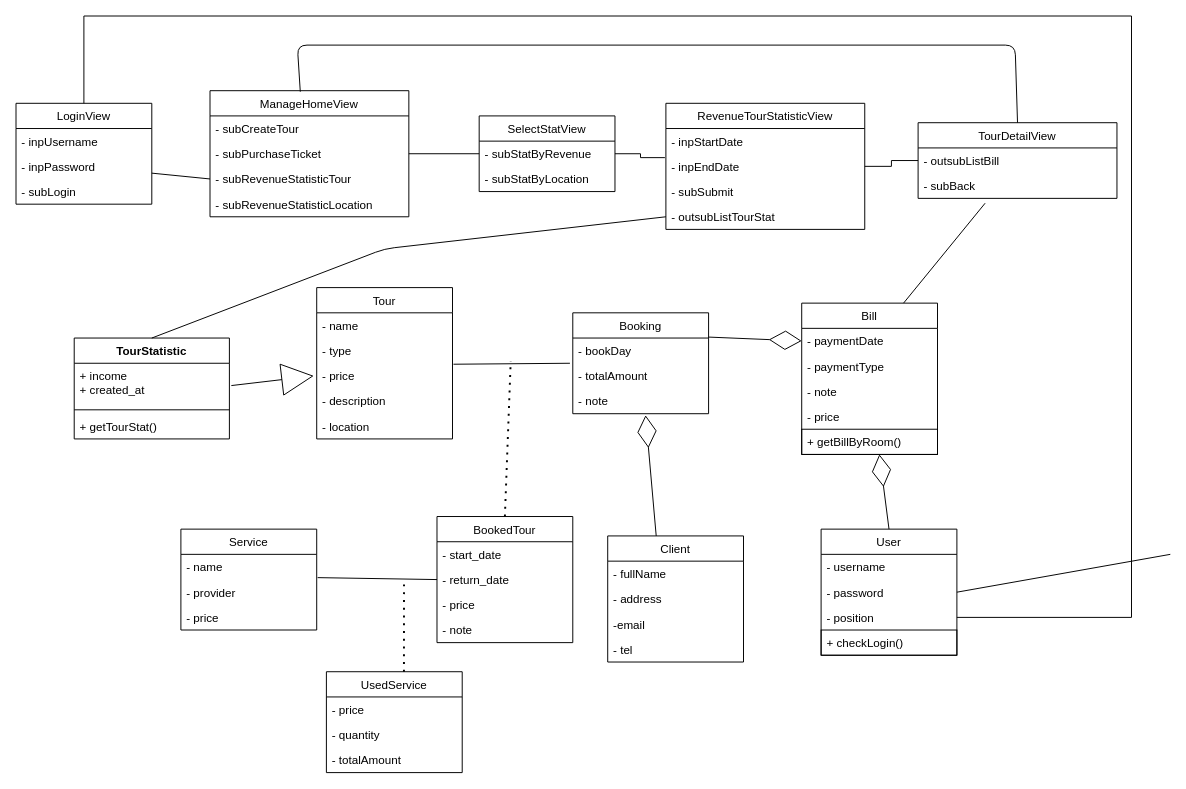
This is bieudolop.drawio from thanhlongtld/classical_software_engineering, a draw.io file, before an edit. Source tidied: cells renumbered, new cells numbered last; positions are measured from the earlier drawing's top-left corner, leaving out a move shared by most shapes. Both pictures are drawn from the tidied source at 97%, with x=0, y=0 at pixel (16, 16).
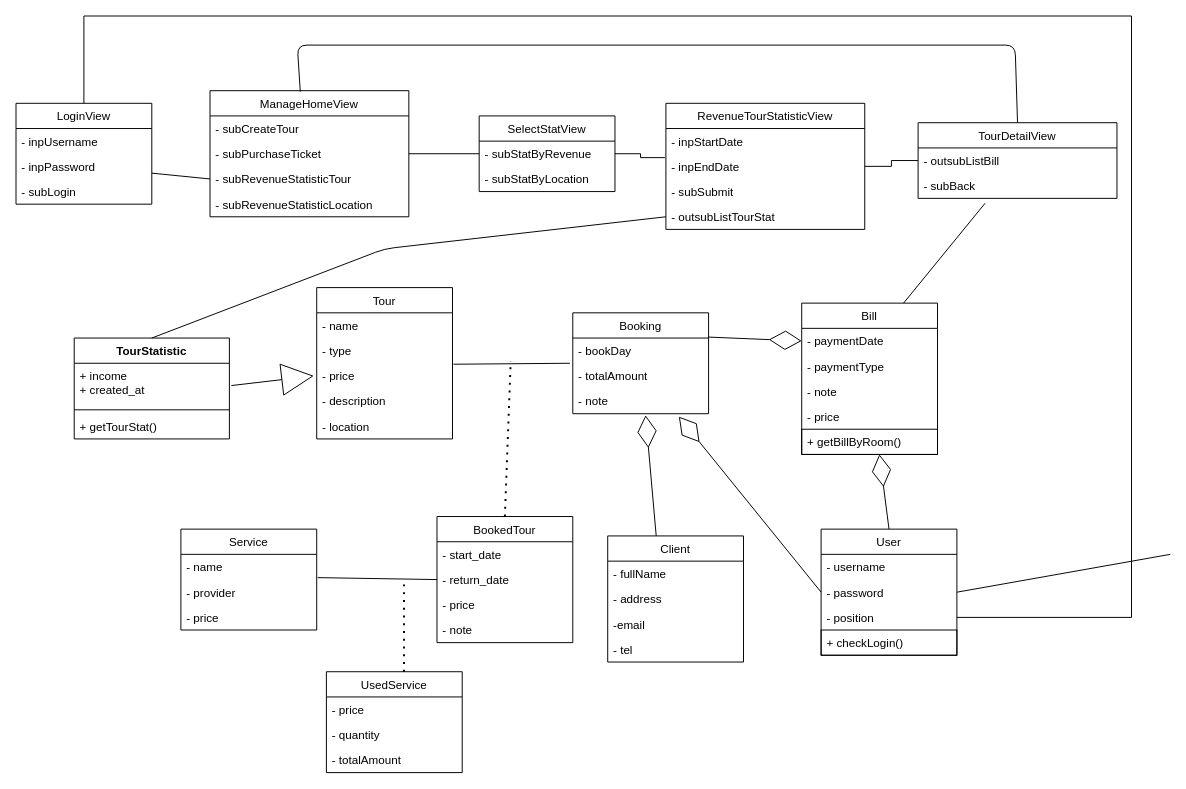
After the change.

Unchanged cells that the change refers to:
```xml
<mxCell id="35" value="- note" style="text;strokeColor=none;fillColor=none;align=left;verticalAlign=top;spacingLeft=4;spacingRight=4;overflow=hidden;points=[[0,0.5],[1,0.5]];portConstraint=eastwest;" parent="32" vertex="1">
  <mxGeometry y="78" width="140" height="26" as="geometry" />
</mxCell>
<mxCell id="55" value="- password" style="text;strokeColor=none;fillColor=none;align=left;verticalAlign=top;spacingLeft=4;spacingRight=4;overflow=hidden;points=[[0,0.5],[1,0.5]];portConstraint=eastwest;" parent="53" vertex="1">
  <mxGeometry y="52" width="140" height="26" as="geometry" />
</mxCell>
```

The edit, as a diff of the source:
```diff
@@
+    <mxCell id="83" style="endArrow=diamondThin;html=1;exitX=0;exitY=0.5;exitDx=0;exitDy=0;endFill=0;endSize=31;entryX=0.781;entryY=1.115;entryDx=0;entryDy=0;entryPerimeter=0;" parent="1" edge="1" source="55" target="35">
+      <mxGeometry relative="1" as="geometry" />
+    </mxCell>
```
